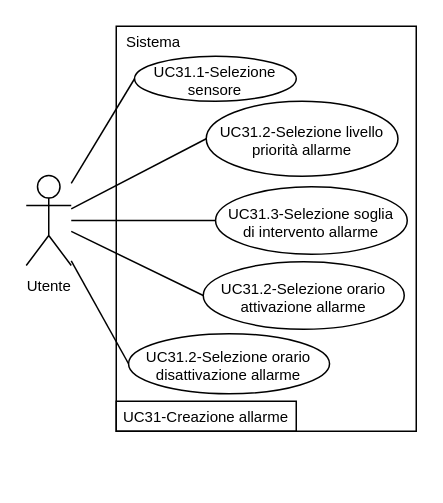
This is 2-RTB/Analisi_dei_requisiti/draw.io/UC31i.drawio from SnakeByteTeam/snakebyteteam.github.io, a draw.io file, before an edit. Source tidied: cells renumbered, new cells numbered last; positions are measured from the earlier drawing's top-left corner, leaving out a move shared by most shapes. Both pictures are drawn from the tidied source at 150%, with x=0, y=0 at pixel (26, 26).
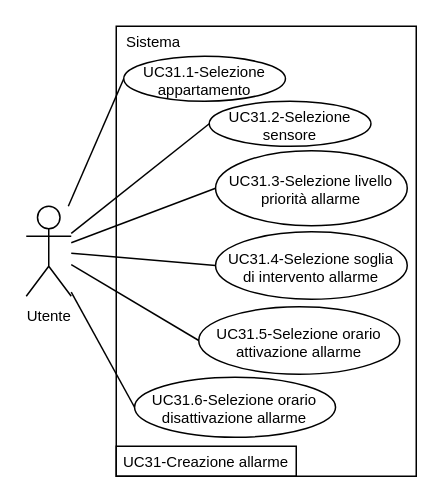
The same page after the edit.

The edit, as a diff of the source:
```diff
@@
 <mxGraphModel>
   <root>
     <mxCell id="0" />
     <mxCell id="1" parent="0" />
     <mxCell id="2" style="rounded=0;whiteSpace=wrap;html=1;" parent="1" vertex="1">
-      <mxGeometry x="60" width="200" height="270" as="geometry" />
+      <mxGeometry x="60" width="200" height="300" as="geometry" />
     </mxCell>
-    <mxCell id="3" value="&lt;div style=&quot;line-height: 100%;&quot;&gt;&lt;div&gt;&lt;font style=&quot;line-height: 100%; font-size: 10px;&quot;&gt;UC31.1-Selezione sensore&lt;br&gt;&lt;/font&gt;&lt;/div&gt;&lt;/div&gt;" style="ellipse;whiteSpace=wrap;html=1;" parent="1" vertex="1">
-      <mxGeometry x="72.2" y="20" width="107.8" height="30" as="geometry" />
+    <mxCell id="3" value="&lt;div style=&quot;line-height: 100%;&quot;&gt;&lt;div&gt;&lt;font style=&quot;line-height: 100%; font-size: 10px;&quot;&gt;UC31.2-Selezione sensore&lt;br&gt;&lt;/font&gt;&lt;/div&gt;&lt;/div&gt;" style="ellipse;whiteSpace=wrap;html=1;" parent="1" vertex="1">
+      <mxGeometry x="122" y="50" width="107.8" height="30" as="geometry" />
     </mxCell>
     <mxCell id="4" value="&lt;font style=&quot;font-size: 10px;&quot;&gt;Sistema&lt;/font&gt;" style="text;html=1;whiteSpace=wrap;align=center;verticalAlign=middle;rounded=0;" parent="1" vertex="1">
       <mxGeometry x="60" width="50" height="20" as="geometry" />
     </mxCell>
     <mxCell id="5" value="&lt;div align=&quot;center&quot;&gt;&lt;font style=&quot;font-size: 10px;&quot;&gt;UC31-Creazione allarme&lt;/font&gt;&lt;/div&gt;" style="text;html=1;whiteSpace=wrap;align=center;verticalAlign=middle;rounded=0;strokeColor=default;" parent="1" vertex="1">
-      <mxGeometry x="60" y="250" width="120" height="20" as="geometry" />
+      <mxGeometry x="60" y="280" width="120" height="20" as="geometry" />
     </mxCell>
-    <mxCell id="6" value="&lt;div style=&quot;line-height: 100%;&quot;&gt;&lt;div&gt;&lt;font style=&quot;line-height: 100%; font-size: 10px;&quot;&gt;UC31.2-Selezione livello priorità allarme&lt;br&gt;&lt;/font&gt;&lt;/div&gt;&lt;/div&gt;" style="ellipse;whiteSpace=wrap;html=1;" parent="1" vertex="1">
-      <mxGeometry x="120" y="50" width="127.8" height="50" as="geometry" />
+    <mxCell id="6" value="&lt;div style=&quot;line-height: 100%;&quot;&gt;&lt;div&gt;&lt;font style=&quot;line-height: 100%; font-size: 10px;&quot;&gt;UC31.3-Selezione livello priorità allarme&lt;br&gt;&lt;/font&gt;&lt;/div&gt;&lt;/div&gt;" style="ellipse;whiteSpace=wrap;html=1;" parent="1" vertex="1">
+      <mxGeometry x="126.2" y="83" width="127.8" height="50" as="geometry" />
     </mxCell>
-    <mxCell id="7" value="&lt;div style=&quot;line-height: 100%;&quot;&gt;&lt;div&gt;&lt;font style=&quot;line-height: 100%; font-size: 10px;&quot;&gt;UC31.3-Selezione soglia&lt;/font&gt;&lt;/div&gt;&lt;div&gt;&lt;font style=&quot;line-height: 100%; font-size: 10px;&quot;&gt;di intervento allarme&lt;br&gt;&lt;/font&gt;&lt;/div&gt;&lt;/div&gt;" style="ellipse;whiteSpace=wrap;html=1;" parent="1" vertex="1">
-      <mxGeometry x="126.2" y="107" width="127.8" height="45" as="geometry" />
+    <mxCell id="7" value="&lt;div style=&quot;line-height: 100%;&quot;&gt;&lt;div&gt;&lt;font style=&quot;line-height: 100%; font-size: 10px;&quot;&gt;UC31.4-Selezione soglia&lt;/font&gt;&lt;/div&gt;&lt;div&gt;&lt;font style=&quot;line-height: 100%; font-size: 10px;&quot;&gt;di intervento allarme&lt;br&gt;&lt;/font&gt;&lt;/div&gt;&lt;/div&gt;" style="ellipse;whiteSpace=wrap;html=1;" parent="1" vertex="1">
+      <mxGeometry x="126.2" y="137" width="127.8" height="45" as="geometry" />
     </mxCell>
-    <mxCell id="8" value="&lt;div style=&quot;line-height: 100%;&quot;&gt;&lt;div&gt;&lt;font style=&quot;line-height: 100%; font-size: 10px;&quot;&gt;UC31.2-Selezione orario attivazione allarme&lt;br&gt;&lt;/font&gt;&lt;/div&gt;&lt;/div&gt;" style="ellipse;whiteSpace=wrap;html=1;" parent="1" vertex="1">
-      <mxGeometry x="118" y="157" width="134" height="45" as="geometry" />
+    <mxCell id="8" value="&lt;div style=&quot;line-height: 100%;&quot;&gt;&lt;div&gt;&lt;font style=&quot;line-height: 100%; font-size: 10px;&quot;&gt;UC31.5-Selezione orario attivazione allarme&lt;br&gt;&lt;/font&gt;&lt;/div&gt;&lt;/div&gt;" style="ellipse;whiteSpace=wrap;html=1;" parent="1" vertex="1">
+      <mxGeometry x="115" y="187" width="134" height="45" as="geometry" />
     </mxCell>
-    <mxCell id="9" value="&lt;div style=&quot;line-height: 100%;&quot;&gt;&lt;div&gt;&lt;font style=&quot;line-height: 100%; font-size: 10px;&quot;&gt;UC31.2-Selezione orario disattivazione allarme&lt;br&gt;&lt;/font&gt;&lt;/div&gt;&lt;/div&gt;" style="ellipse;whiteSpace=wrap;html=1;" parent="1" vertex="1">
-      <mxGeometry x="68.2" y="205" width="134" height="40" as="geometry" />
+    <mxCell id="9" value="&lt;div style=&quot;line-height: 100%;&quot;&gt;&lt;div&gt;&lt;font style=&quot;line-height: 100%; font-size: 10px;&quot;&gt;UC31.6-Selezione orario disattivazione allarme&lt;br&gt;&lt;/font&gt;&lt;/div&gt;&lt;/div&gt;" style="ellipse;whiteSpace=wrap;html=1;" parent="1" vertex="1">
+      <mxGeometry x="72.2" y="234" width="134" height="40" as="geometry" />
     </mxCell>
     <mxCell id="10" style="rounded=0;jettySize=auto;html=1;entryX=0;entryY=0.5;entryDx=0;entryDy=0;endArrow=none;endFill=0;" parent="1" edge="1" source="15" target="3">
       <mxGeometry relative="1" as="geometry" />
     </mxCell>
     <mxCell id="11" style="rounded=0;jettySize=auto;html=1;entryX=0;entryY=0.5;entryDx=0;entryDy=0;endArrow=none;endFill=0;" parent="1" edge="1" source="15" target="6">
       <mxGeometry relative="1" as="geometry" />
     </mxCell>
     <mxCell id="12" style="rounded=0;jettySize=auto;html=1;entryX=0;entryY=0.5;entryDx=0;entryDy=0;endArrow=none;endFill=0;" parent="1" edge="1" source="15" target="7">
       <mxGeometry relative="1" as="geometry" />
     </mxCell>
     <mxCell id="13" style="rounded=0;jettySize=auto;html=1;entryX=0;entryY=0.5;entryDx=0;entryDy=0;endArrow=none;endFill=0;" parent="1" edge="1" source="15" target="8">
       <mxGeometry relative="1" as="geometry" />
     </mxCell>
     <mxCell id="14" style="rounded=0;jettySize=auto;html=1;entryX=0;entryY=0.5;entryDx=0;entryDy=0;endArrow=none;endFill=0;" parent="1" edge="1" source="15" target="9">
       <mxGeometry relative="1" as="geometry" />
     </mxCell>
+    <mxCell id="16" style="rounded=0;jettySize=auto;html=1;entryX=0;entryY=0.5;entryDx=0;entryDy=0;endArrow=none;endFill=0;" parent="1" edge="1" source="15" target="17">
+      <mxGeometry relative="1" as="geometry" />
+    </mxCell>
     <mxCell id="15" value="&lt;div style=&quot;line-height: 100%;&quot;&gt;&lt;div&gt;&lt;font style=&quot;font-size: 10px;&quot;&gt;Utente&lt;/font&gt;&lt;/div&gt;&lt;/div&gt;" style="shape=umlActor;verticalLabelPosition=bottom;verticalAlign=top;html=1;outlineConnect=0;" parent="1" vertex="1">
-      <mxGeometry y="99.5" width="30" height="60" as="geometry" />
+      <mxGeometry y="120" width="30" height="60" as="geometry" />
     </mxCell>
+    <mxCell id="17" value="&lt;div style=&quot;line-height: 100%;&quot;&gt;&lt;div&gt;&lt;font style=&quot;line-height: 100%; font-size: 10px;&quot;&gt;UC31.1-Selezione appartamento&lt;br&gt;&lt;/font&gt;&lt;/div&gt;&lt;/div&gt;" style="ellipse;whiteSpace=wrap;html=1;" parent="1" vertex="1">
+      <mxGeometry x="65" y="20" width="107.8" height="30" as="geometry" />
+    </mxCell>
   </root>
 </mxGraphModel>
```
